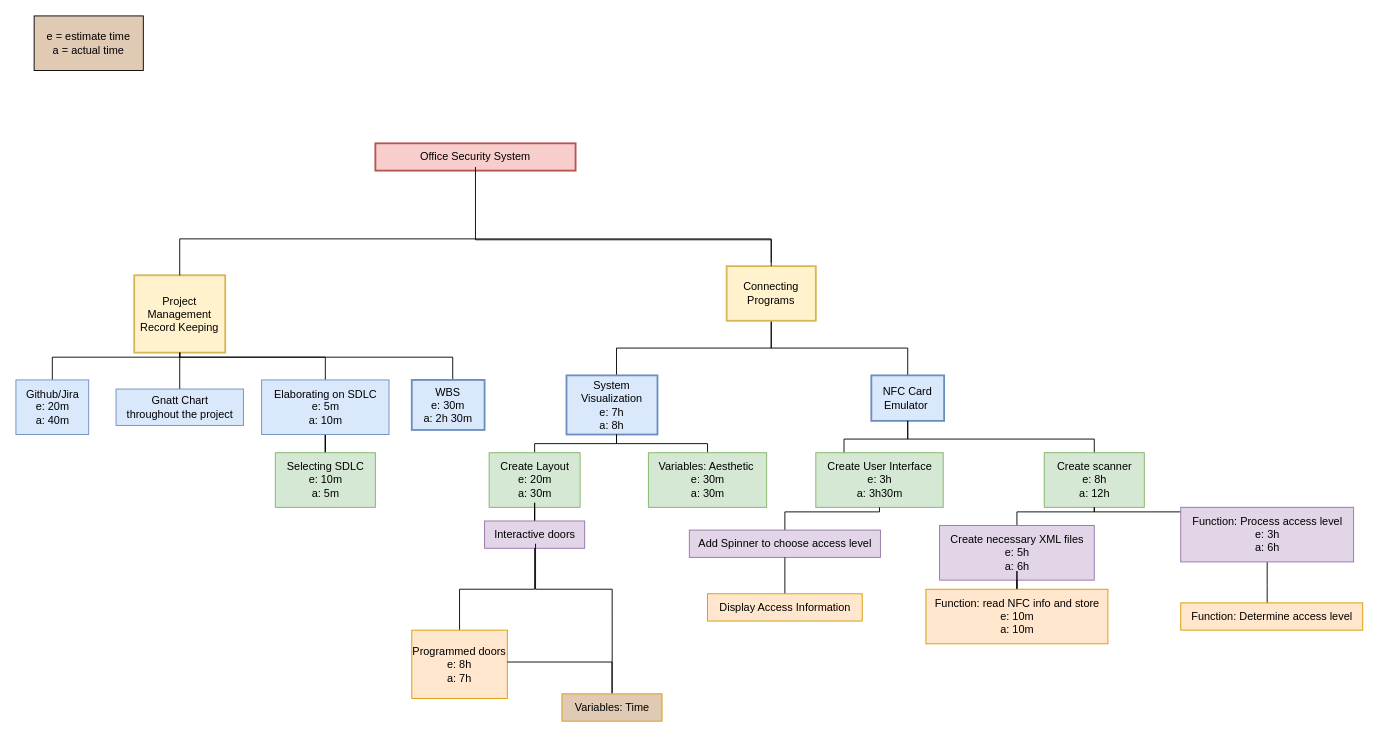
Before: WBS wip.drawio in kitkat6410/COSC-310-Project-Personal, a draw.io diagram. Source tidied: cells renumbered, new cells numbered last; positions are measured from the earlier drawing's top-left corner, leaving out a move shared by most shapes. Both pictures are drawn from the tidied source at 91%, with x=0, y=0 at pixel (15, 15).
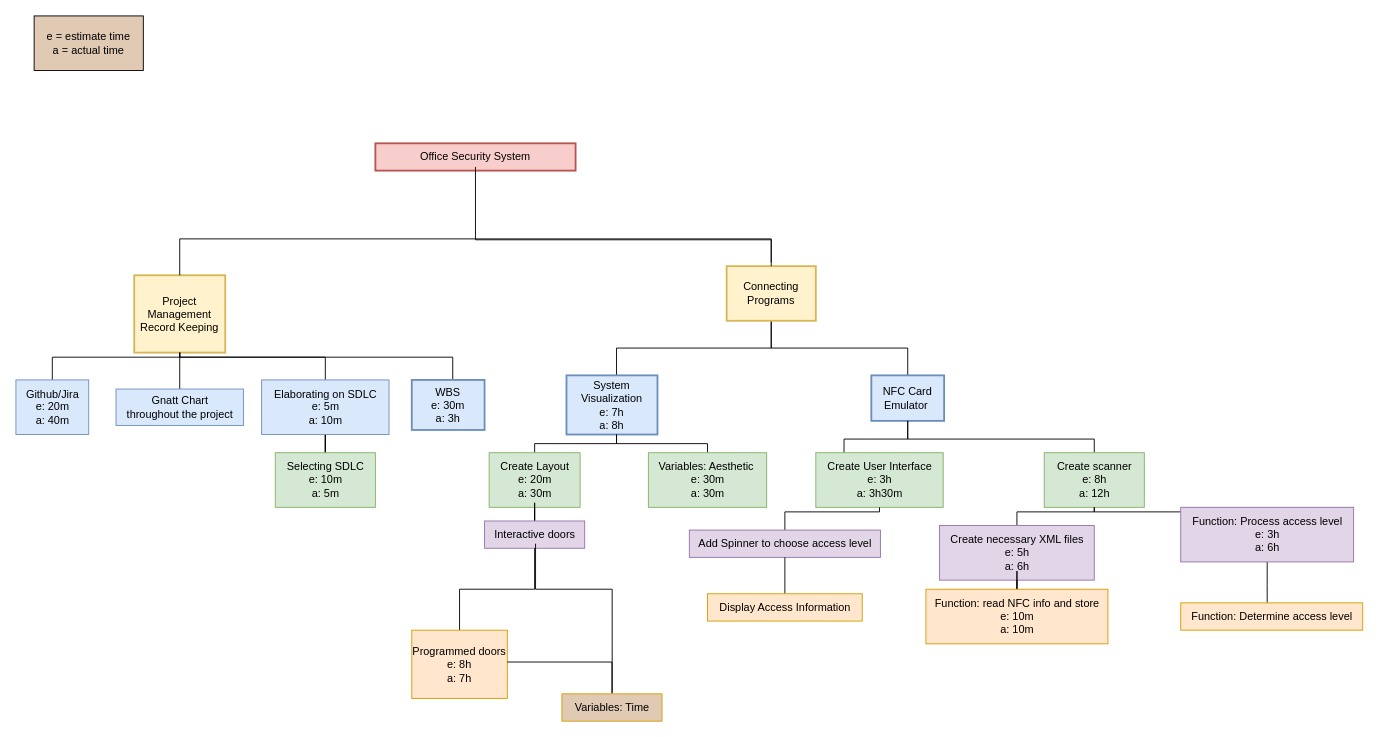
Above is the later version.

Change to the diagram source:
```diff
@@
-    <mxCell id="28" value="WBS&lt;br&gt;e: 30m&lt;br&gt;a: 2h 30m" style="text;html=1;strokeColor=#6c8ebf;fillColor=#dae8fc;align=center;verticalAlign=middle;whiteSpace=wrap;rounded=0;strokeWidth=2;" parent="1" vertex="1">
+    <mxCell id="28" value="WBS&lt;br&gt;e: 30m&lt;br&gt;a: 3h" style="text;html=1;strokeColor=#6c8ebf;fillColor=#dae8fc;align=center;verticalAlign=middle;whiteSpace=wrap;rounded=0;strokeWidth=2;" parent="1" vertex="1">
       <mxGeometry x="435" y="400" width="80" height="55" as="geometry" />
     </mxCell>
```
